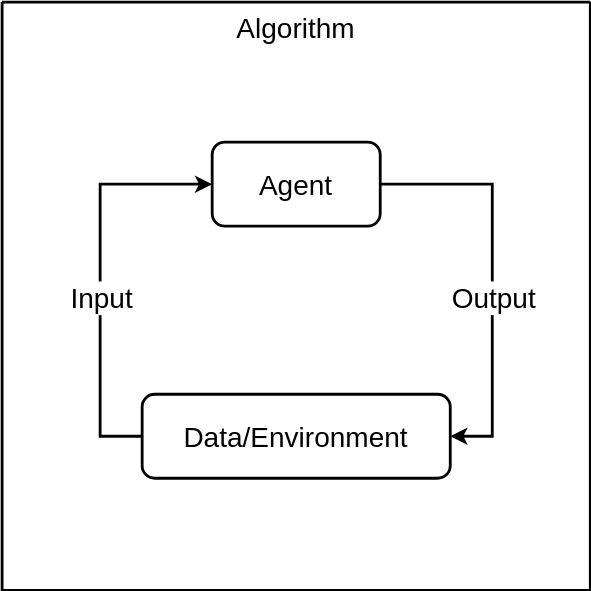
ramanakshay/ramanakshay.github.io keeps this draw.io diagram as assets/img/projects/canvas.svg. Above is the earlier version. Source tidied: cells renumbered, new cells last; positions are measured from the earlier drawing's top-left corner, leaving out a move shared by most shapes.
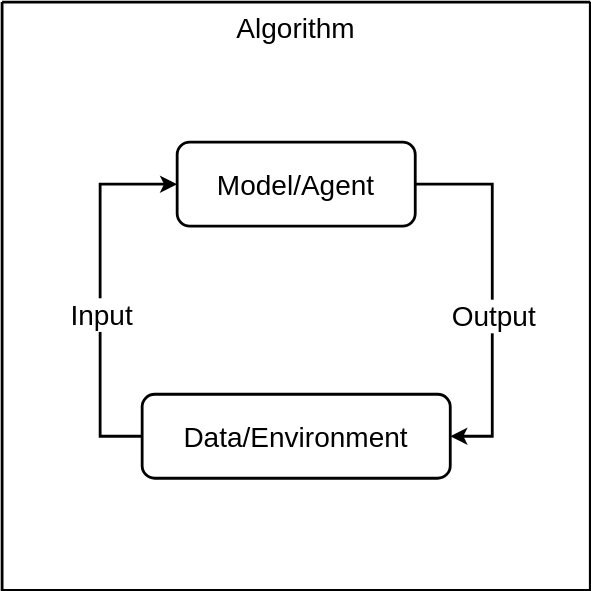
The same file after the commit.

What changed in the source:
```diff
@@ -5,8 +5,8 @@
     <mxCell id="2" value="Algorithm" style="swimlane;startSize=0;strokeWidth=2;verticalAlign=top;fontSize=20;fontStyle=0;fillStyle=solid;labelBackgroundColor=#FFFFFF;labelBorderColor=none;" parent="1" vertex="1">
       <mxGeometry width="420" height="420" as="geometry" />
     </mxCell>
-    <mxCell id="3" value="&lt;font style=&quot;font-size: 20px;&quot;&gt;Agent&lt;/font&gt;" style="rounded=1;whiteSpace=wrap;html=1;strokeWidth=2;" parent="2" vertex="1">
-      <mxGeometry x="150" y="100" width="120" height="60" as="geometry" />
+    <mxCell id="3" value="&lt;font style=&quot;font-size: 20px;&quot;&gt;Model/Agent&lt;/font&gt;" style="rounded=1;whiteSpace=wrap;html=1;strokeWidth=2;" parent="2" vertex="1">
+      <mxGeometry x="125" y="100" width="170" height="60" as="geometry" />
     </mxCell>
     <mxCell id="4" value="&lt;font style=&quot;font-size: 20px;&quot;&gt;Data/Environment&lt;/font&gt;" style="rounded=1;whiteSpace=wrap;html=1;strokeWidth=2;" parent="2" vertex="1">
       <mxGeometry x="100" y="280" width="220" height="60" as="geometry" />
```
